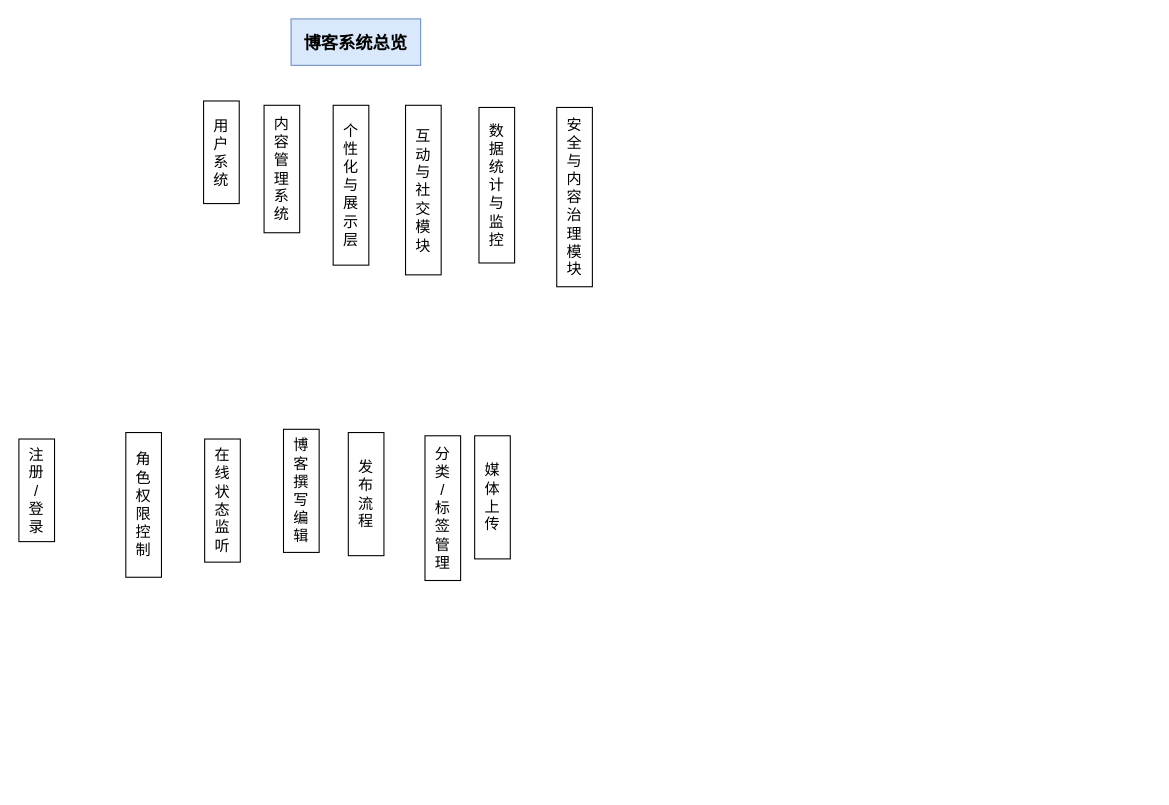
The draw.io diagram xingji_blog_website.drawio in xingji-i/web_service_projects, before the edit. Source tidied: cells renumbered, new cells numbered last; positions are measured from the earlier drawing's top-left corner, leaving out a move shared by most shapes. Both pictures are drawn from the tidied source at 108%, with x=0, y=0 at pixel (18, 18).
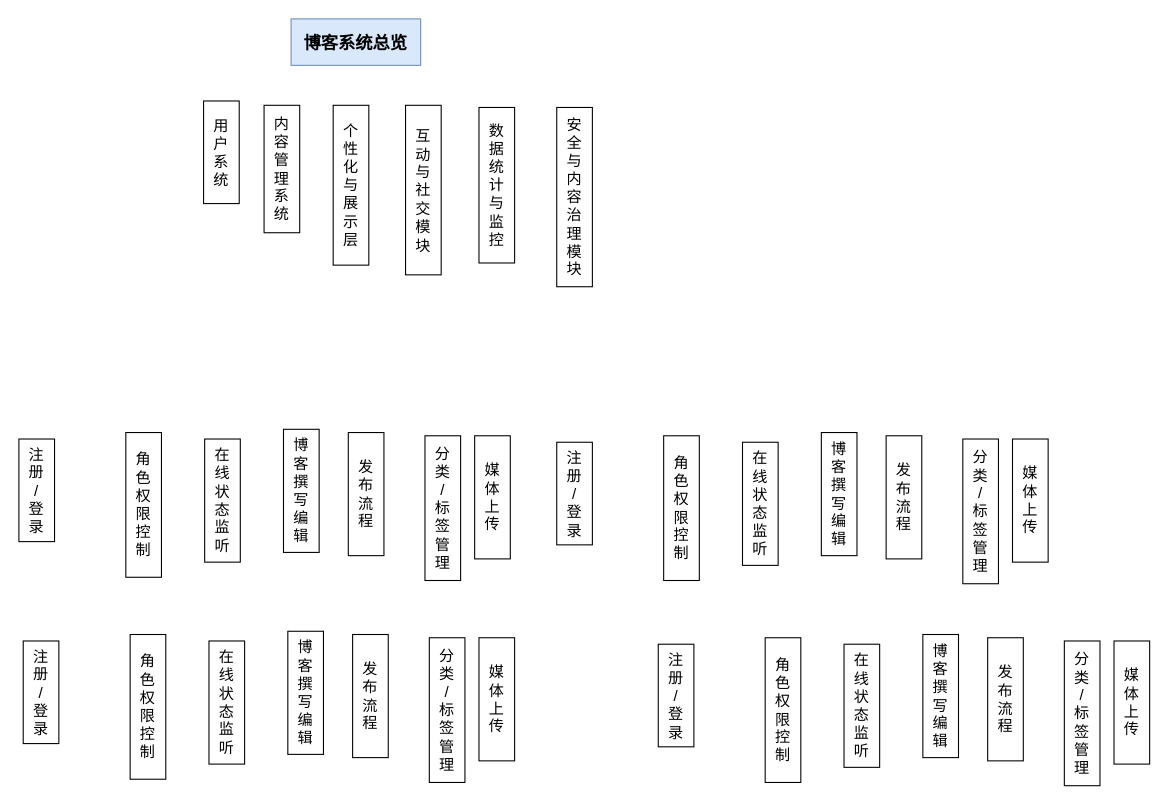
The same diagram, later.

Diff of the diagram source:
```diff
@@
+    <mxCell id="17" value="&lt;span style=&quot;font-size: 14px;&quot;&gt;在&lt;/span&gt;&lt;div&gt;&lt;span style=&quot;font-size: 14px;&quot;&gt;线&lt;/span&gt;&lt;/div&gt;&lt;div&gt;&lt;span style=&quot;font-size: 14px;&quot;&gt;状&lt;/span&gt;&lt;/div&gt;&lt;div&gt;&lt;span style=&quot;font-size: 14px;&quot;&gt;态&lt;/span&gt;&lt;/div&gt;&lt;div&gt;&lt;span style=&quot;font-size: 14px;&quot;&gt;监&lt;/span&gt;&lt;/div&gt;&lt;div&gt;&lt;span style=&quot;font-size: 14px;&quot;&gt;听&lt;/span&gt;&lt;/div&gt;" style="rounded=0;whiteSpace=wrap;html=1;align=center;strokeWidth=1;" parent="1" vertex="1">
+      <mxGeometry x="176" y="576" width="33" height="114" as="geometry" />
+    </mxCell>
+    <mxCell id="18" value="&lt;span style=&quot;font-size: 14px;&quot;&gt;角&lt;/span&gt;&lt;div&gt;&lt;span style=&quot;font-size: 14px;&quot;&gt;色&lt;/span&gt;&lt;/div&gt;&lt;div&gt;&lt;span style=&quot;font-size: 14px;&quot;&gt;权&lt;/span&gt;&lt;/div&gt;&lt;div&gt;&lt;span style=&quot;font-size: 14px;&quot;&gt;限&lt;/span&gt;&lt;/div&gt;&lt;div&gt;&lt;span style=&quot;font-size: 14px;&quot;&gt;控&lt;/span&gt;&lt;/div&gt;&lt;div&gt;&lt;span style=&quot;font-size: 14px;&quot;&gt;制&lt;/span&gt;&lt;/div&gt;" style="rounded=0;whiteSpace=wrap;html=1;align=center;strokeWidth=1;" parent="1" vertex="1">
+      <mxGeometry x="103" y="570" width="33" height="134" as="geometry" />
+    </mxCell>
+    <mxCell id="19" value="&lt;span style=&quot;font-size: 14px;&quot;&gt;注&lt;/span&gt;&lt;div&gt;&lt;span style=&quot;font-size: 14px;&quot;&gt;册&lt;/span&gt;&lt;/div&gt;&lt;div&gt;&lt;span style=&quot;font-size: 14px;&quot;&gt;/&lt;/span&gt;&lt;/div&gt;&lt;div&gt;&lt;span style=&quot;font-size: 14px;&quot;&gt;登&lt;/span&gt;&lt;/div&gt;&lt;div&gt;&lt;span style=&quot;font-size: 14px;&quot;&gt;录&lt;/span&gt;&lt;/div&gt;" style="rounded=0;whiteSpace=wrap;html=1;align=center;strokeWidth=1;" parent="1" vertex="1">
+      <mxGeometry x="4" y="576" width="33" height="95" as="geometry" />
+    </mxCell>
+    <mxCell id="20" value="&lt;span style=&quot;font-size: 14px;&quot;&gt;博&lt;/span&gt;&lt;div&gt;&lt;span style=&quot;font-size: 14px;&quot;&gt;客&lt;/span&gt;&lt;/div&gt;&lt;div&gt;&lt;span style=&quot;font-size: 14px;&quot;&gt;撰&lt;/span&gt;&lt;/div&gt;&lt;div&gt;&lt;span style=&quot;font-size: 14px;&quot;&gt;写&lt;/span&gt;&lt;/div&gt;&lt;div&gt;&lt;span style=&quot;font-size: 14px;&quot;&gt;编&lt;/span&gt;&lt;/div&gt;&lt;div&gt;&lt;span style=&quot;font-size: 14px;&quot;&gt;辑&lt;/span&gt;&lt;/div&gt;" style="rounded=0;whiteSpace=wrap;html=1;align=center;strokeWidth=1;" parent="1" vertex="1">
+      <mxGeometry x="249" y="567" width="33" height="114" as="geometry" />
+    </mxCell>
+    <mxCell id="21" style="edgeStyle=none;curved=1;rounded=0;orthogonalLoop=1;jettySize=auto;html=1;exitX=0;exitY=0.5;exitDx=0;exitDy=0;fontSize=12;startSize=8;endSize=8;" parent="1" edge="1" source="17" target="17">
+      <mxGeometry relative="1" as="geometry" />
+    </mxCell>
+    <mxCell id="22" value="&lt;span style=&quot;font-size: 14px;&quot;&gt;发&lt;/span&gt;&lt;div&gt;&lt;span style=&quot;font-size: 14px;&quot;&gt;布&lt;/span&gt;&lt;/div&gt;&lt;div&gt;&lt;span style=&quot;font-size: 14px;&quot;&gt;流&lt;/span&gt;&lt;/div&gt;&lt;div&gt;&lt;span style=&quot;font-size: 14px;&quot;&gt;程&lt;/span&gt;&lt;/div&gt;" style="rounded=0;whiteSpace=wrap;html=1;align=center;strokeWidth=1;" parent="1" vertex="1">
+      <mxGeometry x="309" y="570" width="33" height="114" as="geometry" />
+    </mxCell>
+    <mxCell id="23" value="&lt;span style=&quot;font-size: 14px;&quot;&gt;分&lt;/span&gt;&lt;div&gt;&lt;span style=&quot;font-size: 14px;&quot;&gt;类&lt;/span&gt;&lt;/div&gt;&lt;div&gt;&lt;span style=&quot;font-size: 14px;&quot;&gt;/&lt;/span&gt;&lt;/div&gt;&lt;div&gt;&lt;span style=&quot;font-size: 14px;&quot;&gt;标&lt;/span&gt;&lt;/div&gt;&lt;div&gt;&lt;span style=&quot;font-size: 14px;&quot;&gt;签&lt;/span&gt;&lt;/div&gt;&lt;div&gt;&lt;span style=&quot;font-size: 14px;&quot;&gt;管&lt;/span&gt;&lt;/div&gt;&lt;div&gt;&lt;span style=&quot;font-size: 14px;&quot;&gt;理&lt;/span&gt;&lt;/div&gt;" style="rounded=0;whiteSpace=wrap;html=1;align=center;strokeWidth=1;" parent="1" vertex="1">
+      <mxGeometry x="380" y="573" width="33" height="134" as="geometry" />
+    </mxCell>
+    <mxCell id="24" value="&lt;span style=&quot;font-size: 14px;&quot;&gt;媒&lt;/span&gt;&lt;div&gt;&lt;span style=&quot;font-size: 14px;&quot;&gt;体&lt;/span&gt;&lt;/div&gt;&lt;div&gt;&lt;span style=&quot;font-size: 14px;&quot;&gt;上&lt;/span&gt;&lt;/div&gt;&lt;div&gt;&lt;span style=&quot;font-size: 14px;&quot;&gt;传&lt;/span&gt;&lt;/div&gt;" style="rounded=0;whiteSpace=wrap;html=1;align=center;strokeWidth=1;" parent="1" vertex="1">
+      <mxGeometry x="426" y="573" width="33" height="114" as="geometry" />
+    </mxCell>
+    <mxCell id="25" value="&lt;span style=&quot;font-size: 14px;&quot;&gt;在&lt;/span&gt;&lt;div&gt;&lt;span style=&quot;font-size: 14px;&quot;&gt;线&lt;/span&gt;&lt;/div&gt;&lt;div&gt;&lt;span style=&quot;font-size: 14px;&quot;&gt;状&lt;/span&gt;&lt;/div&gt;&lt;div&gt;&lt;span style=&quot;font-size: 14px;&quot;&gt;态&lt;/span&gt;&lt;/div&gt;&lt;div&gt;&lt;span style=&quot;font-size: 14px;&quot;&gt;监&lt;/span&gt;&lt;/div&gt;&lt;div&gt;&lt;span style=&quot;font-size: 14px;&quot;&gt;听&lt;/span&gt;&lt;/div&gt;" style="rounded=0;whiteSpace=wrap;html=1;align=center;strokeWidth=1;" parent="1" vertex="1">
+      <mxGeometry x="670" y="392" width="33" height="114" as="geometry" />
+    </mxCell>
+    <mxCell id="26" value="&lt;span style=&quot;font-size: 14px;&quot;&gt;角&lt;/span&gt;&lt;div&gt;&lt;span style=&quot;font-size: 14px;&quot;&gt;色&lt;/span&gt;&lt;/div&gt;&lt;div&gt;&lt;span style=&quot;font-size: 14px;&quot;&gt;权&lt;/span&gt;&lt;/div&gt;&lt;div&gt;&lt;span style=&quot;font-size: 14px;&quot;&gt;限&lt;/span&gt;&lt;/div&gt;&lt;div&gt;&lt;span style=&quot;font-size: 14px;&quot;&gt;控&lt;/span&gt;&lt;/div&gt;&lt;div&gt;&lt;span style=&quot;font-size: 14px;&quot;&gt;制&lt;/span&gt;&lt;/div&gt;" style="rounded=0;whiteSpace=wrap;html=1;align=center;strokeWidth=1;" parent="1" vertex="1">
+      <mxGeometry x="597" y="386" width="33" height="134" as="geometry" />
+    </mxCell>
+    <mxCell id="27" value="&lt;span style=&quot;font-size: 14px;&quot;&gt;注&lt;/span&gt;&lt;div&gt;&lt;span style=&quot;font-size: 14px;&quot;&gt;册&lt;/span&gt;&lt;/div&gt;&lt;div&gt;&lt;span style=&quot;font-size: 14px;&quot;&gt;/&lt;/span&gt;&lt;/div&gt;&lt;div&gt;&lt;span style=&quot;font-size: 14px;&quot;&gt;登&lt;/span&gt;&lt;/div&gt;&lt;div&gt;&lt;span style=&quot;font-size: 14px;&quot;&gt;录&lt;/span&gt;&lt;/div&gt;" style="rounded=0;whiteSpace=wrap;html=1;align=center;strokeWidth=1;" parent="1" vertex="1">
+      <mxGeometry x="498" y="392" width="33" height="95" as="geometry" />
+    </mxCell>
+    <mxCell id="28" value="&lt;span style=&quot;font-size: 14px;&quot;&gt;博&lt;/span&gt;&lt;div&gt;&lt;span style=&quot;font-size: 14px;&quot;&gt;客&lt;/span&gt;&lt;/div&gt;&lt;div&gt;&lt;span style=&quot;font-size: 14px;&quot;&gt;撰&lt;/span&gt;&lt;/div&gt;&lt;div&gt;&lt;span style=&quot;font-size: 14px;&quot;&gt;写&lt;/span&gt;&lt;/div&gt;&lt;div&gt;&lt;span style=&quot;font-size: 14px;&quot;&gt;编&lt;/span&gt;&lt;/div&gt;&lt;div&gt;&lt;span style=&quot;font-size: 14px;&quot;&gt;辑&lt;/span&gt;&lt;/div&gt;" style="rounded=0;whiteSpace=wrap;html=1;align=center;strokeWidth=1;" parent="1" vertex="1">
+      <mxGeometry x="743" y="383" width="33" height="114" as="geometry" />
+    </mxCell>
+    <mxCell id="29" style="edgeStyle=none;curved=1;rounded=0;orthogonalLoop=1;jettySize=auto;html=1;exitX=0;exitY=0.5;exitDx=0;exitDy=0;fontSize=12;startSize=8;endSize=8;" parent="1" edge="1" source="25" target="25">
+      <mxGeometry relative="1" as="geometry" />
+    </mxCell>
+    <mxCell id="30" value="&lt;span style=&quot;font-size: 14px;&quot;&gt;发&lt;/span&gt;&lt;div&gt;&lt;span style=&quot;font-size: 14px;&quot;&gt;布&lt;/span&gt;&lt;/div&gt;&lt;div&gt;&lt;span style=&quot;font-size: 14px;&quot;&gt;流&lt;/span&gt;&lt;/div&gt;&lt;div&gt;&lt;span style=&quot;font-size: 14px;&quot;&gt;程&lt;/span&gt;&lt;/div&gt;" style="rounded=0;whiteSpace=wrap;html=1;align=center;strokeWidth=1;" parent="1" vertex="1">
+      <mxGeometry x="803" y="386" width="33" height="114" as="geometry" />
+    </mxCell>
+    <mxCell id="31" value="&lt;span style=&quot;font-size: 14px;&quot;&gt;分&lt;/span&gt;&lt;div&gt;&lt;span style=&quot;font-size: 14px;&quot;&gt;类&lt;/span&gt;&lt;/div&gt;&lt;div&gt;&lt;span style=&quot;font-size: 14px;&quot;&gt;/&lt;/span&gt;&lt;/div&gt;&lt;div&gt;&lt;span style=&quot;font-size: 14px;&quot;&gt;标&lt;/span&gt;&lt;/div&gt;&lt;div&gt;&lt;span style=&quot;font-size: 14px;&quot;&gt;签&lt;/span&gt;&lt;/div&gt;&lt;div&gt;&lt;span style=&quot;font-size: 14px;&quot;&gt;管&lt;/span&gt;&lt;/div&gt;&lt;div&gt;&lt;span style=&quot;font-size: 14px;&quot;&gt;理&lt;/span&gt;&lt;/div&gt;" style="rounded=0;whiteSpace=wrap;html=1;align=center;strokeWidth=1;" parent="1" vertex="1">
+      <mxGeometry x="874" y="389" width="33" height="134" as="geometry" />
+    </mxCell>
+    <mxCell id="32" value="&lt;span style=&quot;font-size: 14px;&quot;&gt;媒&lt;/span&gt;&lt;div&gt;&lt;span style=&quot;font-size: 14px;&quot;&gt;体&lt;/span&gt;&lt;/div&gt;&lt;div&gt;&lt;span style=&quot;font-size: 14px;&quot;&gt;上&lt;/span&gt;&lt;/div&gt;&lt;div&gt;&lt;span style=&quot;font-size: 14px;&quot;&gt;传&lt;/span&gt;&lt;/div&gt;" style="rounded=0;whiteSpace=wrap;html=1;align=center;strokeWidth=1;" parent="1" vertex="1">
+      <mxGeometry x="920" y="389" width="33" height="114" as="geometry" />
+    </mxCell>
+    <mxCell id="33" value="&lt;span style=&quot;font-size: 14px;&quot;&gt;在&lt;/span&gt;&lt;div&gt;&lt;span style=&quot;font-size: 14px;&quot;&gt;线&lt;/span&gt;&lt;/div&gt;&lt;div&gt;&lt;span style=&quot;font-size: 14px;&quot;&gt;状&lt;/span&gt;&lt;/div&gt;&lt;div&gt;&lt;span style=&quot;font-size: 14px;&quot;&gt;态&lt;/span&gt;&lt;/div&gt;&lt;div&gt;&lt;span style=&quot;font-size: 14px;&quot;&gt;监&lt;/span&gt;&lt;/div&gt;&lt;div&gt;&lt;span style=&quot;font-size: 14px;&quot;&gt;听&lt;/span&gt;&lt;/div&gt;" style="rounded=0;whiteSpace=wrap;html=1;align=center;strokeWidth=1;" parent="1" vertex="1">
+      <mxGeometry x="764" y="579" width="33" height="114" as="geometry" />
+    </mxCell>
+    <mxCell id="34" value="&lt;span style=&quot;font-size: 14px;&quot;&gt;角&lt;/span&gt;&lt;div&gt;&lt;span style=&quot;font-size: 14px;&quot;&gt;色&lt;/span&gt;&lt;/div&gt;&lt;div&gt;&lt;span style=&quot;font-size: 14px;&quot;&gt;权&lt;/span&gt;&lt;/div&gt;&lt;div&gt;&lt;span style=&quot;font-size: 14px;&quot;&gt;限&lt;/span&gt;&lt;/div&gt;&lt;div&gt;&lt;span style=&quot;font-size: 14px;&quot;&gt;控&lt;/span&gt;&lt;/div&gt;&lt;div&gt;&lt;span style=&quot;font-size: 14px;&quot;&gt;制&lt;/span&gt;&lt;/div&gt;" style="rounded=0;whiteSpace=wrap;html=1;align=center;strokeWidth=1;" parent="1" vertex="1">
+      <mxGeometry x="691" y="573" width="33" height="134" as="geometry" />
+    </mxCell>
+    <mxCell id="35" value="&lt;span style=&quot;font-size: 14px;&quot;&gt;注&lt;/span&gt;&lt;div&gt;&lt;span style=&quot;font-size: 14px;&quot;&gt;册&lt;/span&gt;&lt;/div&gt;&lt;div&gt;&lt;span style=&quot;font-size: 14px;&quot;&gt;/&lt;/span&gt;&lt;/div&gt;&lt;div&gt;&lt;span style=&quot;font-size: 14px;&quot;&gt;登&lt;/span&gt;&lt;/div&gt;&lt;div&gt;&lt;span style=&quot;font-size: 14px;&quot;&gt;录&lt;/span&gt;&lt;/div&gt;" style="rounded=0;whiteSpace=wrap;html=1;align=center;strokeWidth=1;" parent="1" vertex="1">
+      <mxGeometry x="592" y="579" width="33" height="95" as="geometry" />
+    </mxCell>
+    <mxCell id="36" value="&lt;span style=&quot;font-size: 14px;&quot;&gt;博&lt;/span&gt;&lt;div&gt;&lt;span style=&quot;font-size: 14px;&quot;&gt;客&lt;/span&gt;&lt;/div&gt;&lt;div&gt;&lt;span style=&quot;font-size: 14px;&quot;&gt;撰&lt;/span&gt;&lt;/div&gt;&lt;div&gt;&lt;span style=&quot;font-size: 14px;&quot;&gt;写&lt;/span&gt;&lt;/div&gt;&lt;div&gt;&lt;span style=&quot;font-size: 14px;&quot;&gt;编&lt;/span&gt;&lt;/div&gt;&lt;div&gt;&lt;span style=&quot;font-size: 14px;&quot;&gt;辑&lt;/span&gt;&lt;/div&gt;" style="rounded=0;whiteSpace=wrap;html=1;align=center;strokeWidth=1;" parent="1" vertex="1">
+      <mxGeometry x="837" y="570" width="33" height="114" as="geometry" />
+    </mxCell>
+    <mxCell id="37" style="edgeStyle=none;curved=1;rounded=0;orthogonalLoop=1;jettySize=auto;html=1;exitX=0;exitY=0.5;exitDx=0;exitDy=0;fontSize=12;startSize=8;endSize=8;" parent="1" edge="1" source="33" target="33">
+      <mxGeometry relative="1" as="geometry" />
+    </mxCell>
+    <mxCell id="38" value="&lt;span style=&quot;font-size: 14px;&quot;&gt;发&lt;/span&gt;&lt;div&gt;&lt;span style=&quot;font-size: 14px;&quot;&gt;布&lt;/span&gt;&lt;/div&gt;&lt;div&gt;&lt;span style=&quot;font-size: 14px;&quot;&gt;流&lt;/span&gt;&lt;/div&gt;&lt;div&gt;&lt;span style=&quot;font-size: 14px;&quot;&gt;程&lt;/span&gt;&lt;/div&gt;" style="rounded=0;whiteSpace=wrap;html=1;align=center;strokeWidth=1;" parent="1" vertex="1">
+      <mxGeometry x="897" y="573" width="33" height="114" as="geometry" />
+    </mxCell>
+    <mxCell id="39" value="&lt;span style=&quot;font-size: 14px;&quot;&gt;分&lt;/span&gt;&lt;div&gt;&lt;span style=&quot;font-size: 14px;&quot;&gt;类&lt;/span&gt;&lt;/div&gt;&lt;div&gt;&lt;span style=&quot;font-size: 14px;&quot;&gt;/&lt;/span&gt;&lt;/div&gt;&lt;div&gt;&lt;span style=&quot;font-size: 14px;&quot;&gt;标&lt;/span&gt;&lt;/div&gt;&lt;div&gt;&lt;span style=&quot;font-size: 14px;&quot;&gt;签&lt;/span&gt;&lt;/div&gt;&lt;div&gt;&lt;span style=&quot;font-size: 14px;&quot;&gt;管&lt;/span&gt;&lt;/div&gt;&lt;div&gt;&lt;span style=&quot;font-size: 14px;&quot;&gt;理&lt;/span&gt;&lt;/div&gt;" style="rounded=0;whiteSpace=wrap;html=1;align=center;strokeWidth=1;" parent="1" vertex="1">
+      <mxGeometry x="968" y="576" width="33" height="134" as="geometry" />
+    </mxCell>
+    <mxCell id="40" value="&lt;span style=&quot;font-size: 14px;&quot;&gt;媒&lt;/span&gt;&lt;div&gt;&lt;span style=&quot;font-size: 14px;&quot;&gt;体&lt;/span&gt;&lt;/div&gt;&lt;div&gt;&lt;span style=&quot;font-size: 14px;&quot;&gt;上&lt;/span&gt;&lt;/div&gt;&lt;div&gt;&lt;span style=&quot;font-size: 14px;&quot;&gt;传&lt;/span&gt;&lt;/div&gt;" style="rounded=0;whiteSpace=wrap;html=1;align=center;strokeWidth=1;" parent="1" vertex="1">
+      <mxGeometry x="1014" y="576" width="33" height="114" as="geometry" />
+    </mxCell>
```
